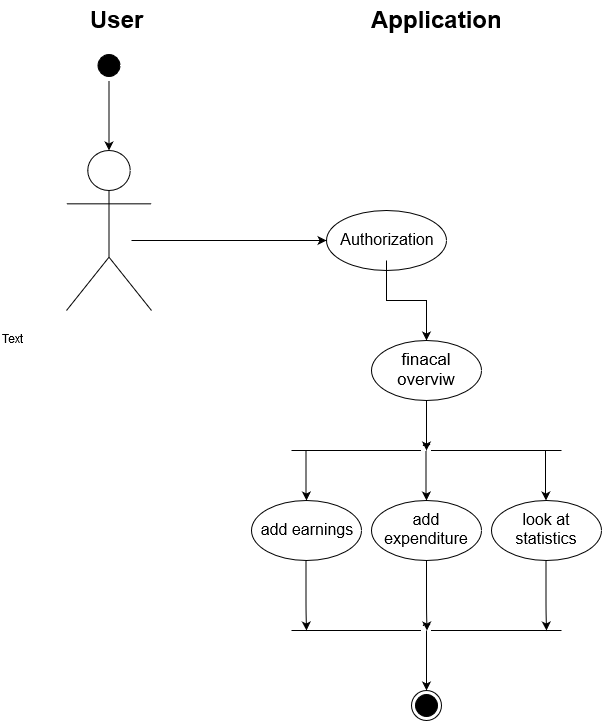
This is UML - easyFinance.png from leumas244/easyFinance-SoftwareEngeneering, a draw.io export, as it was before one commit. Source tidied: cells renumbered, new cells last; positions are measured from the earlier drawing's top-left corner, leaving out a move shared by most shapes.
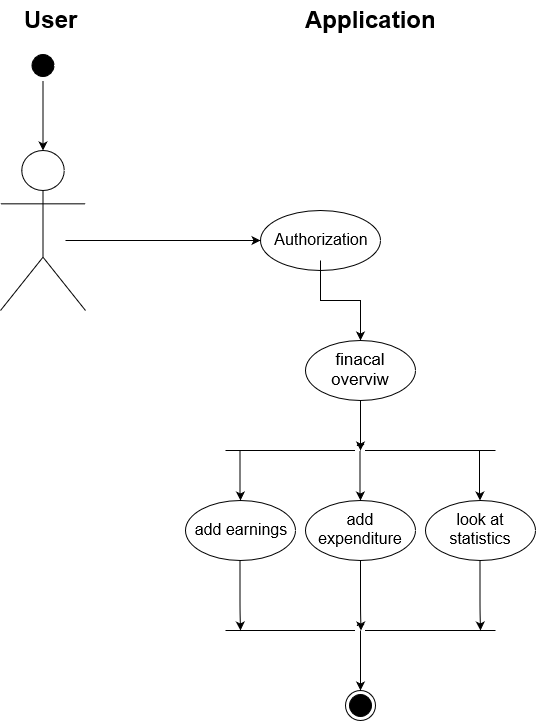
Later version of the same file.

The edit, as a diff of the source:
```diff
@@ -130,8 +130,5 @@
     <mxCell id="24" value="&lt;div&gt;User&lt;/div&gt;" style="text;strokeColor=none;fillColor=none;html=1;fontSize=24;fontStyle=1;verticalAlign=middle;align=center;" parent="1" vertex="1">
       <mxGeometry x="66" width="100" height="40" as="geometry" />
     </mxCell>
-    <mxCell id="25" value="Text" style="text;html=1;align=left;verticalAlign=top;spacingTop=-4;" parent="1" vertex="1">
-      <mxGeometry y="331" width="40" height="20" as="geometry" />
-    </mxCell>
   </root>
 </mxGraphModel>
```
